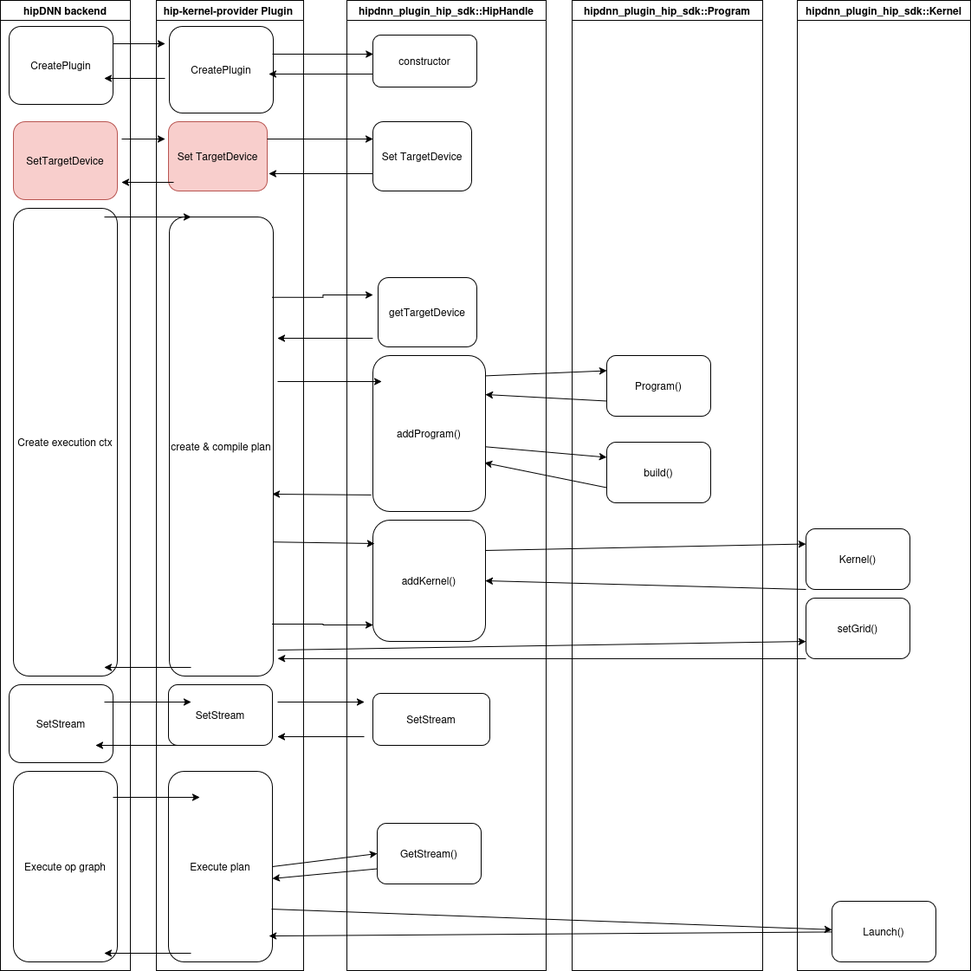
Earlier version of the draw.io export projects/hipdnn/docs/images/hipdnn_plugin_hip_sdk.png (ROCm/rocm-libraries). Source tidied: cells renumbered, new cells last; positions are measured from the earlier drawing's top-left corner, leaving out a move shared by most shapes.
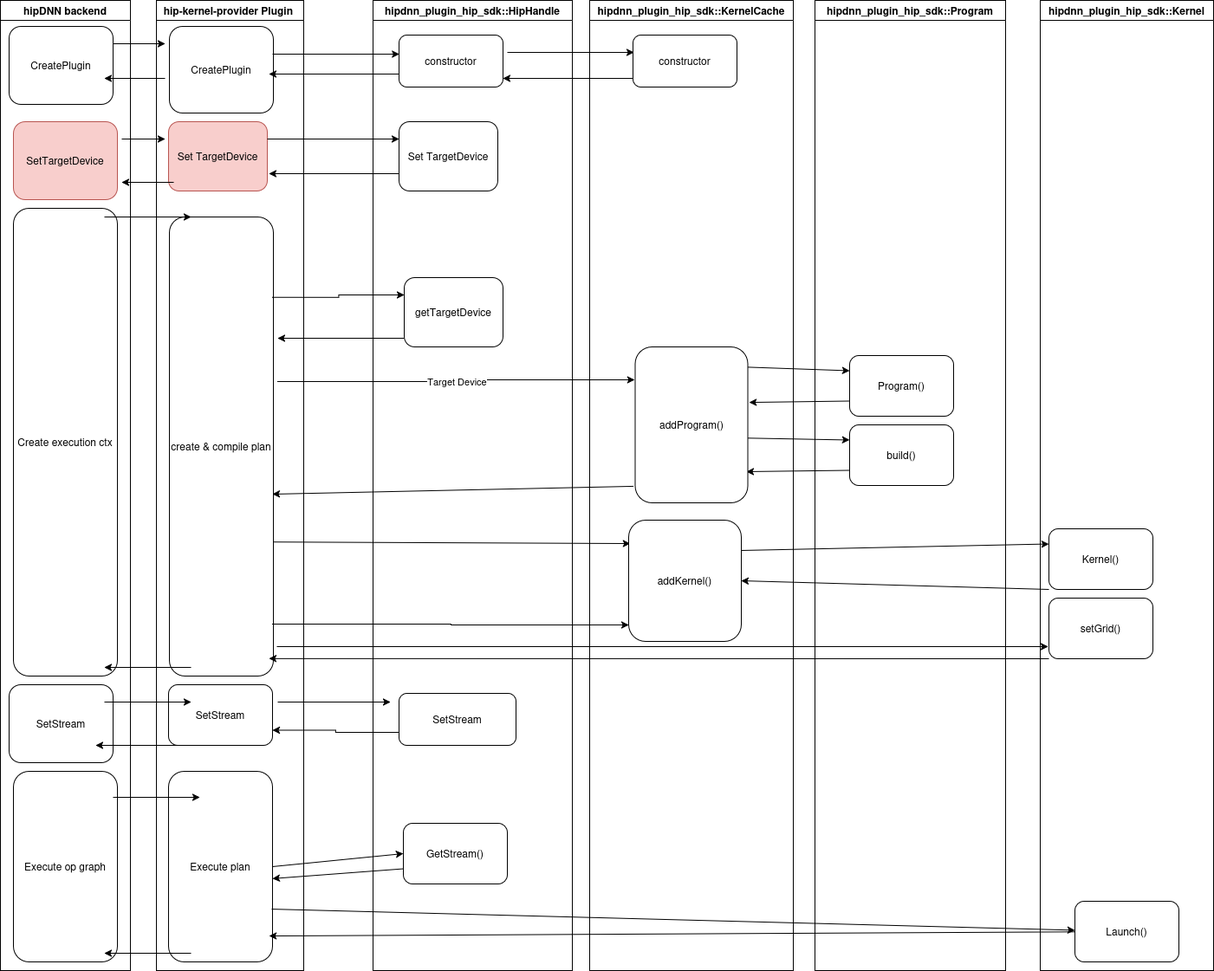
Later version of the same file.

Commit message:
Define separate program/kernel management object

The edit, as a diff of the source:
```diff
@@ -30,18 +30,9 @@
         <mxPoint x="134" y="570" as="targetPoint" />
       </mxGeometry>
     </mxCell>
-    <mxCell id="10" style="edgeStyle=orthogonalEdgeStyle;rounded=0;orthogonalLoop=1;jettySize=auto;html=1;exitX=0;exitY=0.75;exitDx=0;exitDy=0;entryX=0.958;entryY=0.55;entryDx=0;entryDy=0;entryPerimeter=0;" parent="2" edge="1">
-      <mxGeometry relative="1" as="geometry">
-        <mxPoint x="240" y="850" as="sourcePoint" />
-        <mxPoint x="140" y="850" as="targetPoint" />
-      </mxGeometry>
-    </mxCell>
     <mxCell id="11" value="hipdnn_plugin_hip_sdk::HipHandle" style="swimlane;whiteSpace=wrap;html=1;" parent="1" vertex="1">
-      <mxGeometry x="400" width="230" height="1120" as="geometry" />
+      <mxGeometry x="430" width="230" height="1120" as="geometry" />
     </mxCell>
-    <mxCell id="12" value="addProgram()" style="rounded=1;whiteSpace=wrap;html=1;" parent="11" vertex="1">
-      <mxGeometry x="30" y="410" width="130" height="180" as="geometry" />
-    </mxCell>
     <mxCell id="13" value="&lt;div&gt;constructor&lt;/div&gt;" style="rounded=1;whiteSpace=wrap;html=1;" parent="11" vertex="1">
       <mxGeometry x="30" y="40" width="120" height="60" as="geometry" />
     </mxCell>
@@ -51,37 +42,40 @@
     <mxCell id="15" value="SetStream" style="rounded=1;whiteSpace=wrap;html=1;" parent="11" vertex="1">
       <mxGeometry x="30" y="800" width="135" height="60" as="geometry" />
     </mxCell>
-    <mxCell id="16" value="addKernel()" style="rounded=1;whiteSpace=wrap;html=1;" parent="11" vertex="1">
-      <mxGeometry x="30" y="600" width="130" height="140" as="geometry" />
-    </mxCell>
     <mxCell id="17" value="Set TargetDevice" style="rounded=1;whiteSpace=wrap;html=1;" parent="11" vertex="1">
       <mxGeometry x="30" y="140" width="114" height="80" as="geometry" />
     </mxCell>
     <mxCell id="18" value="getTargetDevice" style="rounded=1;whiteSpace=wrap;html=1;" parent="11" vertex="1">
       <mxGeometry x="36" y="320" width="114" height="80" as="geometry" />
     </mxCell>
+    <mxCell id="63" style="edgeStyle=orthogonalEdgeStyle;rounded=0;orthogonalLoop=1;jettySize=auto;html=1;entryX=0.004;entryY=0.367;entryDx=0;entryDy=0;entryPerimeter=0;exitX=0.992;exitY=0.32;exitDx=0;exitDy=0;exitPerimeter=0;" parent="11" edge="1">
+      <mxGeometry relative="1" as="geometry">
+        <mxPoint x="155" y="60" as="sourcePoint" />
+        <mxPoint x="301" y="60" as="targetPoint" />
+      </mxGeometry>
+    </mxCell>
     <mxCell id="19" value="hipdnn_plugin_hip_sdk::Program" style="swimlane;whiteSpace=wrap;html=1;" parent="1" vertex="1">
-      <mxGeometry x="660" width="220" height="1120" as="geometry" />
+      <mxGeometry x="940" width="220" height="1120" as="geometry" />
     </mxCell>
     <mxCell id="20" value="Program()" style="rounded=1;whiteSpace=wrap;html=1;" parent="19" vertex="1">
       <mxGeometry x="40" y="410" width="120" height="70" as="geometry" />
     </mxCell>
     <mxCell id="21" value="build()" style="rounded=1;whiteSpace=wrap;html=1;" parent="19" vertex="1">
-      <mxGeometry x="40" y="510" width="120" height="70" as="geometry" />
+      <mxGeometry x="40" y="490" width="120" height="70" as="geometry" />
     </mxCell>
-    <mxCell id="22" style="endArrow=classic;html=1;rounded=0;entryX=1.042;entryY=0.962;entryDx=0;entryDy=0;entryPerimeter=0;exitX=0;exitY=0.75;exitDx=0;exitDy=0;" parent="19" edge="1" target="6">
+    <mxCell id="22" style="endArrow=classic;html=1;rounded=0;entryX=0.958;entryY=0.962;entryDx=0;entryDy=0;entryPerimeter=0;exitX=0;exitY=0.75;exitDx=0;exitDy=0;" parent="19" edge="1" target="6">
       <mxGeometry relative="1" as="geometry">
         <mxPoint x="270" y="760" as="sourcePoint" />
       </mxGeometry>
     </mxCell>
     <mxCell id="23" style="endArrow=classic;html=1;rounded=0;entryX=0;entryY=0.5;entryDx=0;entryDy=0;" parent="19" edge="1">
       <mxGeometry relative="1" as="geometry">
-        <mxPoint x="-340" y="750" as="sourcePoint" />
-        <mxPoint x="270" y="740" as="targetPoint" />
+        <mxPoint x="-621" y="746" as="sourcePoint" />
+        <mxPoint x="269" y="746" as="targetPoint" />
       </mxGeometry>
     </mxCell>
     <mxCell id="24" value="hipdnn_plugin_hip_sdk::Kernel" style="swimlane;whiteSpace=wrap;html=1;" parent="1" vertex="1">
-      <mxGeometry x="920" width="200" height="1120" as="geometry" />
+      <mxGeometry x="1200" width="200" height="1120" as="geometry" />
     </mxCell>
     <mxCell id="25" value="Kernel()" style="rounded=1;whiteSpace=wrap;html=1;" parent="24" vertex="1">
       <mxGeometry x="10" y="610" width="120" height="70" as="geometry" />
@@ -107,13 +101,13 @@
     <mxCell id="32" style="endArrow=classic;html=1;rounded=0;entryX=0;entryY=0.25;entryDx=0;entryDy=0;exitX=1;exitY=0.13;exitDx=0;exitDy=0;exitPerimeter=0;" parent="1" edge="1" source="12" target="20">
       <mxGeometry relative="1" as="geometry" />
     </mxCell>
-    <mxCell id="33" style="endArrow=classic;html=1;rounded=0;exitX=0;exitY=0.75;exitDx=0;exitDy=0;entryX=1;entryY=0.25;entryDx=0;entryDy=0;" parent="1" edge="1" source="20" target="12">
+    <mxCell id="33" style="endArrow=classic;html=1;rounded=0;exitX=0;exitY=0.75;exitDx=0;exitDy=0;entryX=1.012;entryY=0.356;entryDx=0;entryDy=0;entryPerimeter=0;" parent="1" edge="1" source="20" target="12">
       <mxGeometry relative="1" as="geometry" />
     </mxCell>
     <mxCell id="34" style="endArrow=classic;html=1;rounded=0;exitX=1;exitY=0.585;exitDx=0;exitDy=0;entryX=0;entryY=0.25;entryDx=0;entryDy=0;exitPerimeter=0;" parent="1" edge="1" source="12" target="21">
       <mxGeometry relative="1" as="geometry" />
     </mxCell>
-    <mxCell id="35" style="endArrow=classic;html=1;rounded=0;exitX=0;exitY=0.75;exitDx=0;exitDy=0;entryX=0.991;entryY=0.688;entryDx=0;entryDy=0;entryPerimeter=0;" parent="1" edge="1" source="21" target="12">
+    <mxCell id="35" style="endArrow=classic;html=1;rounded=0;exitX=0;exitY=0.75;exitDx=0;exitDy=0;entryX=0.988;entryY=0.8;entryDx=0;entryDy=0;entryPerimeter=0;" parent="1" edge="1" source="21" target="12">
       <mxGeometry relative="1" as="geometry" />
     </mxCell>
     <mxCell id="36" style="endArrow=classic;html=1;rounded=0;entryX=0;entryY=0.25;entryDx=0;entryDy=0;exitX=1;exitY=0.25;exitDx=0;exitDy=0;" parent="1" edge="1" source="16" target="25">
@@ -182,14 +176,11 @@
         <mxPoint x="190" y="160" as="targetPoint" />
       </mxGeometry>
     </mxCell>
-    <mxCell id="52" style="edgeStyle=orthogonalEdgeStyle;rounded=0;jettySize=auto;html=1;entryX=0;entryY=0.5;entryDx=0;entryDy=0;exitX=1;exitY=0.25;exitDx=0;exitDy=0;" parent="1" edge="1" source="7">
-      <mxGeometry relative="1" as="geometry">
-        <mxPoint x="430" y="160" as="targetPoint" />
-      </mxGeometry>
+    <mxCell id="52" style="edgeStyle=orthogonalEdgeStyle;rounded=0;jettySize=auto;html=1;entryX=0;entryY=0.25;entryDx=0;entryDy=0;exitX=1;exitY=0.25;exitDx=0;exitDy=0;" parent="1" edge="1" source="7" target="17">
+      <mxGeometry relative="1" as="geometry" />
     </mxCell>
-    <mxCell id="53" style="edgeStyle=orthogonalEdgeStyle;rounded=0;orthogonalLoop=1;jettySize=auto;html=1;exitX=0;exitY=0.75;exitDx=0;exitDy=0;" parent="1" edge="1">
+    <mxCell id="53" style="edgeStyle=orthogonalEdgeStyle;rounded=0;jettySize=auto;html=1;exitX=0;exitY=0.75;exitDx=0;exitDy=0;" parent="1" edge="1" source="17">
       <mxGeometry relative="1" as="geometry">
-        <mxPoint x="430" y="200" as="sourcePoint" />
         <mxPoint x="310" y="200" as="targetPoint" />
       </mxGeometry>
     </mxCell>
@@ -205,25 +196,21 @@
         <mxPoint x="120" y="770" as="targetPoint" />
       </mxGeometry>
     </mxCell>
-    <mxCell id="56" style="edgeStyle=orthogonalEdgeStyle;rounded=0;jettySize=auto;html=1;entryX=0;entryY=0.5;entryDx=0;entryDy=0;exitX=0.992;exitY=0.175;exitDx=0;exitDy=0;exitPerimeter=0;" parent="1" edge="1" source="6">
-      <mxGeometry relative="1" as="geometry">
-        <mxPoint x="430" y="340" as="targetPoint" />
-      </mxGeometry>
+    <mxCell id="56" style="edgeStyle=orthogonalEdgeStyle;rounded=0;jettySize=auto;html=1;entryX=0;entryY=0.25;entryDx=0;entryDy=0;exitX=0.992;exitY=0.175;exitDx=0;exitDy=0;exitPerimeter=0;" parent="1" edge="1" source="6" target="18">
+      <mxGeometry relative="1" as="geometry" />
     </mxCell>
-    <mxCell id="57" style="edgeStyle=orthogonalEdgeStyle;rounded=0;orthogonalLoop=1;jettySize=auto;html=1;exitX=0;exitY=0.75;exitDx=0;exitDy=0;" parent="1" edge="1">
+    <mxCell id="57" style="edgeStyle=orthogonalEdgeStyle;rounded=0;jettySize=auto;html=1;" parent="1" edge="1" source="18">
       <mxGeometry relative="1" as="geometry">
-        <mxPoint x="430" y="390" as="sourcePoint" />
         <mxPoint x="320" y="390" as="targetPoint" />
         <Array as="points">
-          <mxPoint x="330" y="390" />
-          <mxPoint x="330" y="390" />
+          <mxPoint x="430" y="390" />
+          <mxPoint x="430" y="390" />
         </Array>
       </mxGeometry>
     </mxCell>
-    <mxCell id="58" style="edgeStyle=orthogonalEdgeStyle;rounded=0;orthogonalLoop=1;jettySize=auto;html=1;entryX=0;entryY=0.5;entryDx=0;entryDy=0;" parent="1" edge="1">
+    <mxCell id="58" value="Target Device" style="edgeStyle=orthogonalEdgeStyle;rounded=0;jettySize=auto;html=1;entryX=-0.004;entryY=0.211;entryDx=0;entryDy=0;entryPerimeter=0;" parent="1" edge="1" target="12">
       <mxGeometry relative="1" as="geometry">
         <mxPoint x="320" y="440" as="sourcePoint" />
-        <mxPoint x="440" y="440" as="targetPoint" />
       </mxGeometry>
     </mxCell>
     <mxCell id="59" style="edgeStyle=orthogonalEdgeStyle;rounded=0;orthogonalLoop=1;jettySize=auto;html=1;exitX=0;exitY=0.75;exitDx=0;exitDy=0;entryX=0.958;entryY=0.55;entryDx=0;entryDy=0;entryPerimeter=0;" parent="1" edge="1">
@@ -238,14 +225,35 @@
         <mxPoint x="230" y="920" as="targetPoint" />
       </mxGeometry>
     </mxCell>
-    <mxCell id="61" style="edgeStyle=orthogonalEdgeStyle;rounded=0;orthogonalLoop=1;jettySize=auto;html=1;entryX=0;entryY=0.5;entryDx=0;entryDy=0;" parent="1" edge="1">
+    <mxCell id="61" style="edgeStyle=orthogonalEdgeStyle;rounded=0;orthogonalLoop=1;jettySize=auto;html=1;" parent="1" edge="1">
       <mxGeometry relative="1" as="geometry">
         <mxPoint x="320" y="810" as="sourcePoint" />
-        <mxPoint x="420" y="810" as="targetPoint" />
+        <mxPoint x="450" y="810" as="targetPoint" />
       </mxGeometry>
     </mxCell>
     <mxCell id="62" style="endArrow=classic;html=1;rounded=0;exitX=0.992;exitY=0.723;exitDx=0;exitDy=0;exitPerimeter=0;" parent="1" edge="1" source="4" target="26">
       <mxGeometry relative="1" as="geometry" />
     </mxCell>
+    <mxCell id="64" value="hipdnn_plugin_hip_sdk::KernelCache" style="swimlane;whiteSpace=wrap;html=1;" parent="1" vertex="1">
+      <mxGeometry x="680" width="235" height="1120" as="geometry" />
+    </mxCell>
+    <mxCell id="12" value="addProgram()" style="rounded=1;whiteSpace=wrap;html=1;" parent="64" vertex="1">
+      <mxGeometry x="52.5" y="400" width="130" height="180" as="geometry" />
+    </mxCell>
+    <mxCell id="16" value="addKernel()" style="rounded=1;whiteSpace=wrap;html=1;" parent="64" vertex="1">
+      <mxGeometry x="45" y="600" width="130" height="140" as="geometry" />
+    </mxCell>
+    <mxCell id="65" value="&lt;div&gt;constructor&lt;/div&gt;" style="rounded=1;whiteSpace=wrap;html=1;" parent="64" vertex="1">
+      <mxGeometry x="50" y="40" width="120" height="60" as="geometry" />
+    </mxCell>
+    <mxCell id="10" style="edgeStyle=orthogonalEdgeStyle;rounded=0;jettySize=auto;html=1;exitX=0;exitY=0.75;exitDx=0;exitDy=0;entryX=1;entryY=0.75;entryDx=0;entryDy=0;" parent="1" edge="1" source="15" target="5">
+      <mxGeometry relative="1" as="geometry" />
+    </mxCell>
+    <mxCell id="66" style="edgeStyle=orthogonalEdgeStyle;rounded=0;orthogonalLoop=1;jettySize=auto;html=1;exitX=0;exitY=0.75;exitDx=0;exitDy=0;entryX=0.958;entryY=0.55;entryDx=0;entryDy=0;entryPerimeter=0;" parent="1" edge="1">
+      <mxGeometry relative="1" as="geometry">
+        <mxPoint x="730" y="90" as="sourcePoint" />
+        <mxPoint x="580" y="90" as="targetPoint" />
+      </mxGeometry>
+    </mxCell>
   </root>
 </mxGraphModel>
```
